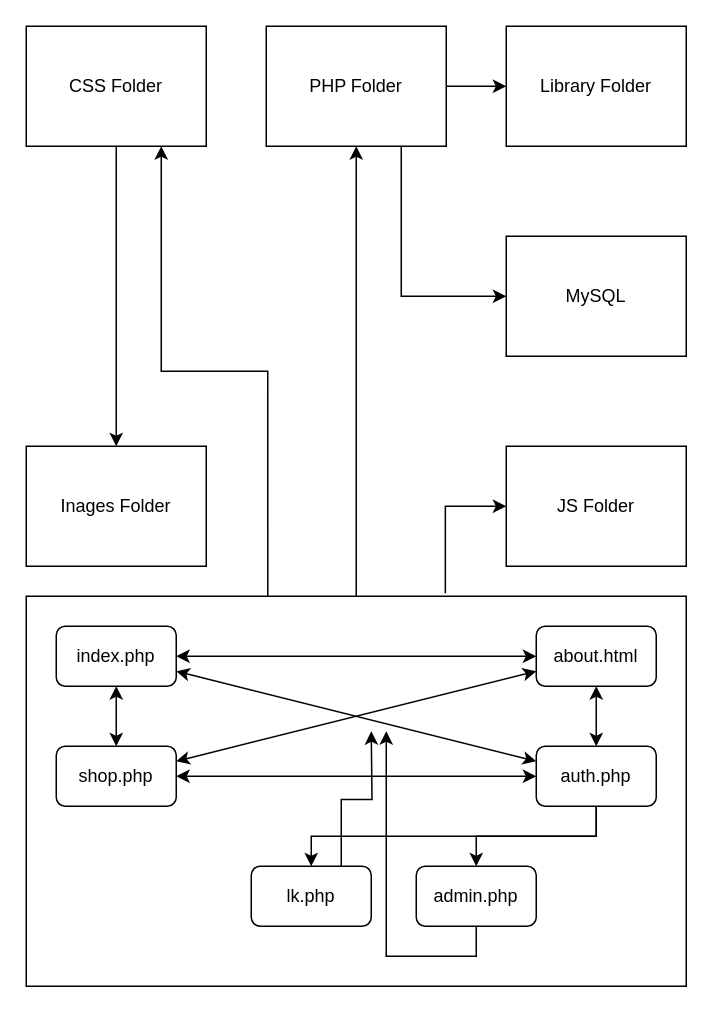
AntonRakov/vkr keeps this draw.io diagram as Диаграммы/Navigation.drawio. Above is the earlier version. Source tidied: cells renumbered, new cells numbered last; positions are measured from the earlier drawing's top-left corner, leaving out a move shared by most shapes. Both pictures are drawn from the tidied source at 150%, with x=0, y=0 at pixel (26, 26).
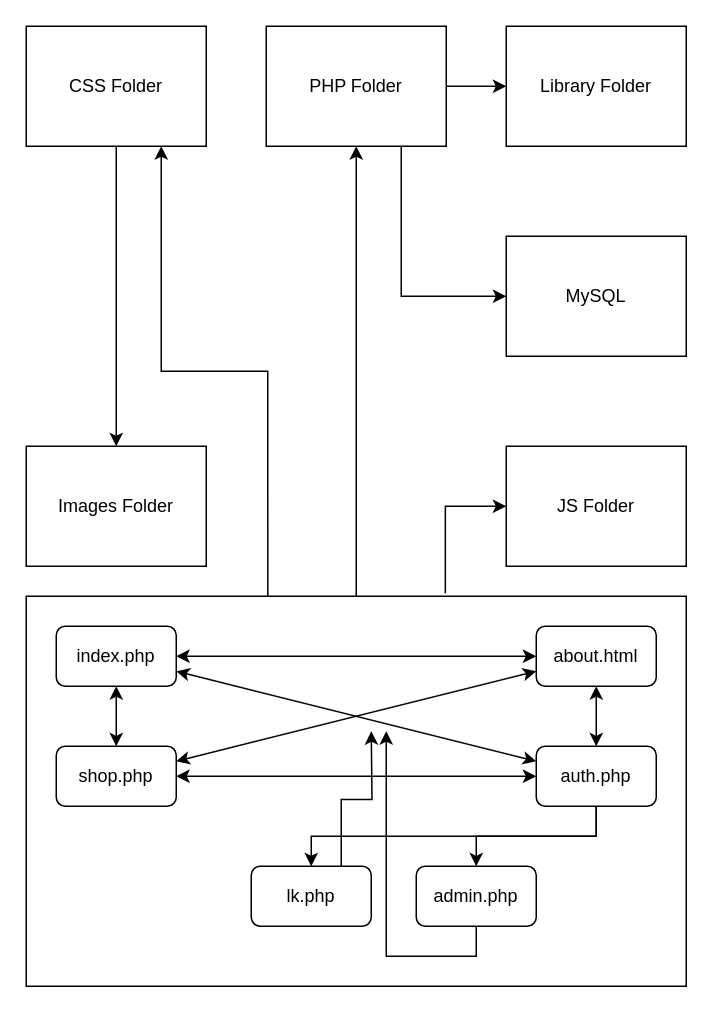
The same page after the edit.

The edit, as a diff of the source:
```diff
@@
-    <mxCell id="12" value="Inages Folder" style="rounded=0;whiteSpace=wrap;html=1;" parent="1" vertex="1">
+    <mxCell id="12" value="Images Folder" style="rounded=0;whiteSpace=wrap;html=1;" parent="1" vertex="1">
       <mxGeometry y="280" width="120" height="80" as="geometry" />
     </mxCell>
```
